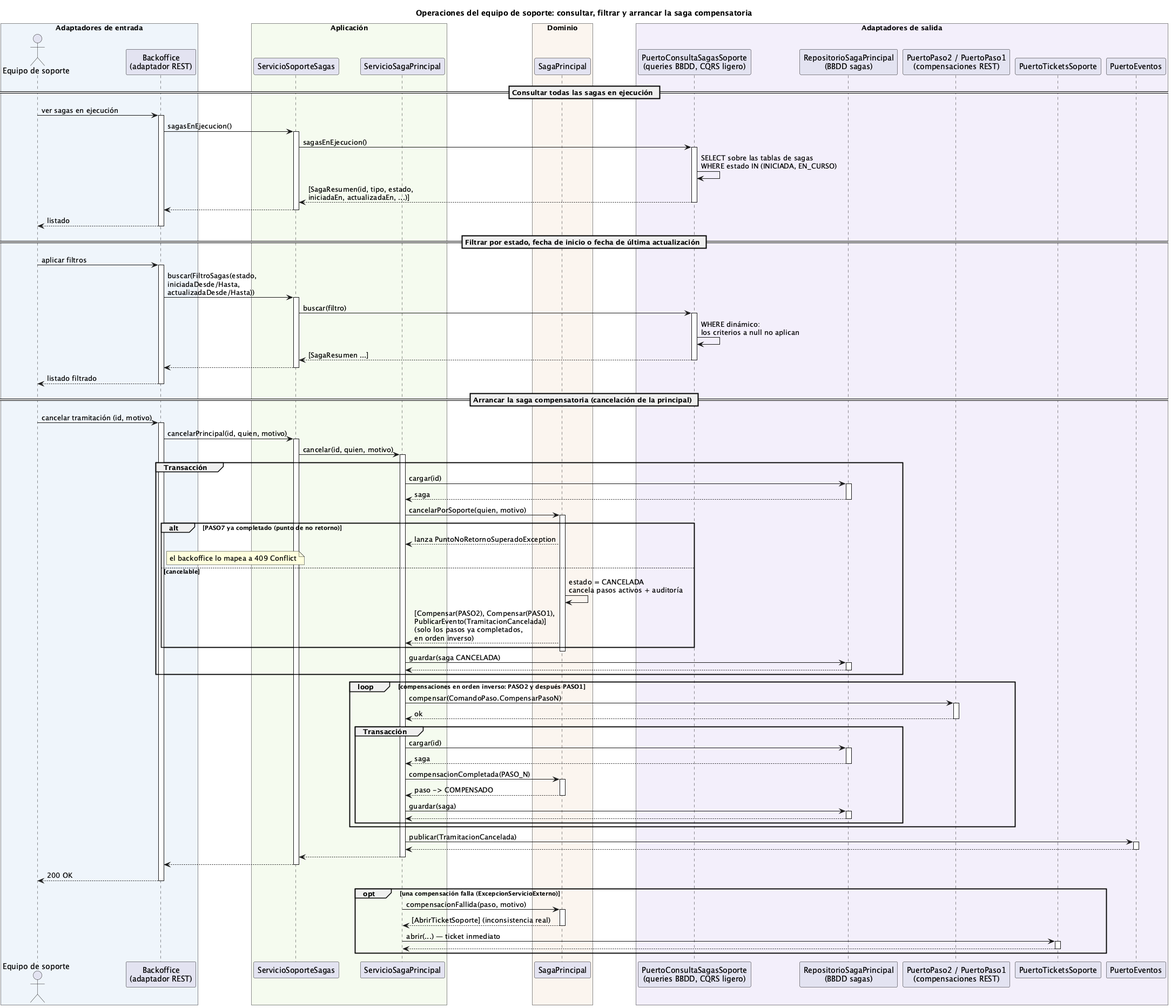
Before: order-manager/docs/08-operaciones-soporte.png, a diagram exported from PlantUML (ralcazar/patrones). Its diagram source:
```plantuml
@startuml 08-operaciones-soporte
title Operaciones del equipo de soporte: consultar, filtrar y arrancar la saga compensatoria

box "Adaptadores de entrada" #EFF5FB
  actor "Equipo de soporte" as OP
  participant "Backoffice\n(adaptador REST)" as REST
end box
box "Aplicación" #F5FBEF
  participant "ServicioSoporteSagas" as SOP
  participant "ServicioSagaPrincipal" as SVC
end box
box "Dominio" #FBF5EF
  participant "SagaPrincipal" as SAGA
end box
box "Adaptadores de salida" #F3EFFB
  participant "PuertoConsultaSagasSoporte\n(queries BBDD, CQRS ligero)" as LECT
  participant "RepositorioSagaPrincipal\n(BBDD sagas)" as REPO
  participant "PuertoPaso2 / PuertoPaso1\n(compensaciones REST)" as PCOMP
  participant "PuertoTicketsSoporte" as TICK
  participant "PuertoEventos" as EVT
end box

== Consultar todas las sagas en ejecución ==
OP -> REST ++ : ver sagas en ejecución
REST -> SOP ++ : sagasEnEjecucion()
SOP -> LECT ++ : sagasEnEjecucion()
LECT -> LECT : SELECT sobre las tablas de sagas\nWHERE estado IN (INICIADA, EN_CURSO)
return [SagaResumen(id, tipo, estado,\niniciadaEn, actualizadaEn, ...)]
return
return listado

== Filtrar por estado, fecha de inicio o fecha de última actualización ==
OP -> REST ++ : aplicar filtros
REST -> SOP ++ : buscar(FiltroSagas(estado,\niniciadaDesde/Hasta,\nactualizadaDesde/Hasta))
SOP -> LECT ++ : buscar(filtro)
LECT -> LECT : WHERE dinámico:\nlos criterios a null no aplican
return [SagaResumen ...]
return
return listado filtrado

== Arrancar la saga compensatoria (cancelación de la principal) ==
OP -> REST ++ : cancelar tramitación (id, motivo)
REST -> SOP ++ : cancelarPrincipal(id, quien, motivo)
SOP -> SVC ++ : cancelar(id, quien, motivo)
group Transacción
  SVC -> REPO ++ : cargar(id)
  return saga
  SVC -> SAGA ++ : cancelarPorSoporte(quien, motivo)
  alt PASO7 ya completado (punto de no retorno)
    SAGA --> SVC : lanza PuntoNoRetornoSuperadoException
    note right of REST : el backoffice lo mapea a 409 Conflict
  else cancelable
    SAGA -> SAGA : estado = CANCELADA\ncancela pasos activos + auditoría
    SAGA --> SVC : [Compensar(PASO2), Compensar(PASO1),\nPublicarEvento(TramitacionCancelada)]\n(solo los pasos ya completados,\nen orden inverso)
  end
  deactivate SAGA
  SVC -> REPO ++ : guardar(saga CANCELADA)
  return
end

loop compensaciones en orden inverso: PASO2 y después PASO1
  SVC -> PCOMP ++ : compensar(ComandoPaso.CompensarPasoN)
  return ok
  group Transacción
    SVC -> REPO ++ : cargar(id)
    return saga
    SVC -> SAGA ++ : compensacionCompletada(PASO_N)
    return paso -> COMPENSADO
    SVC -> REPO ++ : guardar(saga)
    return
  end
end
SVC -> EVT ++ : publicar(TramitacionCancelada)
return
return
return
return 200 OK

opt una compensación falla (ExcepcionServicioExterno)
  SVC -> SAGA ++ : compensacionFallida(paso, motivo)
  return [AbrirTicketSoporte] (inconsistencia real)
  SVC -> TICK ++ : abrir(...) — ticket inmediato
  return
end
@enduml
```
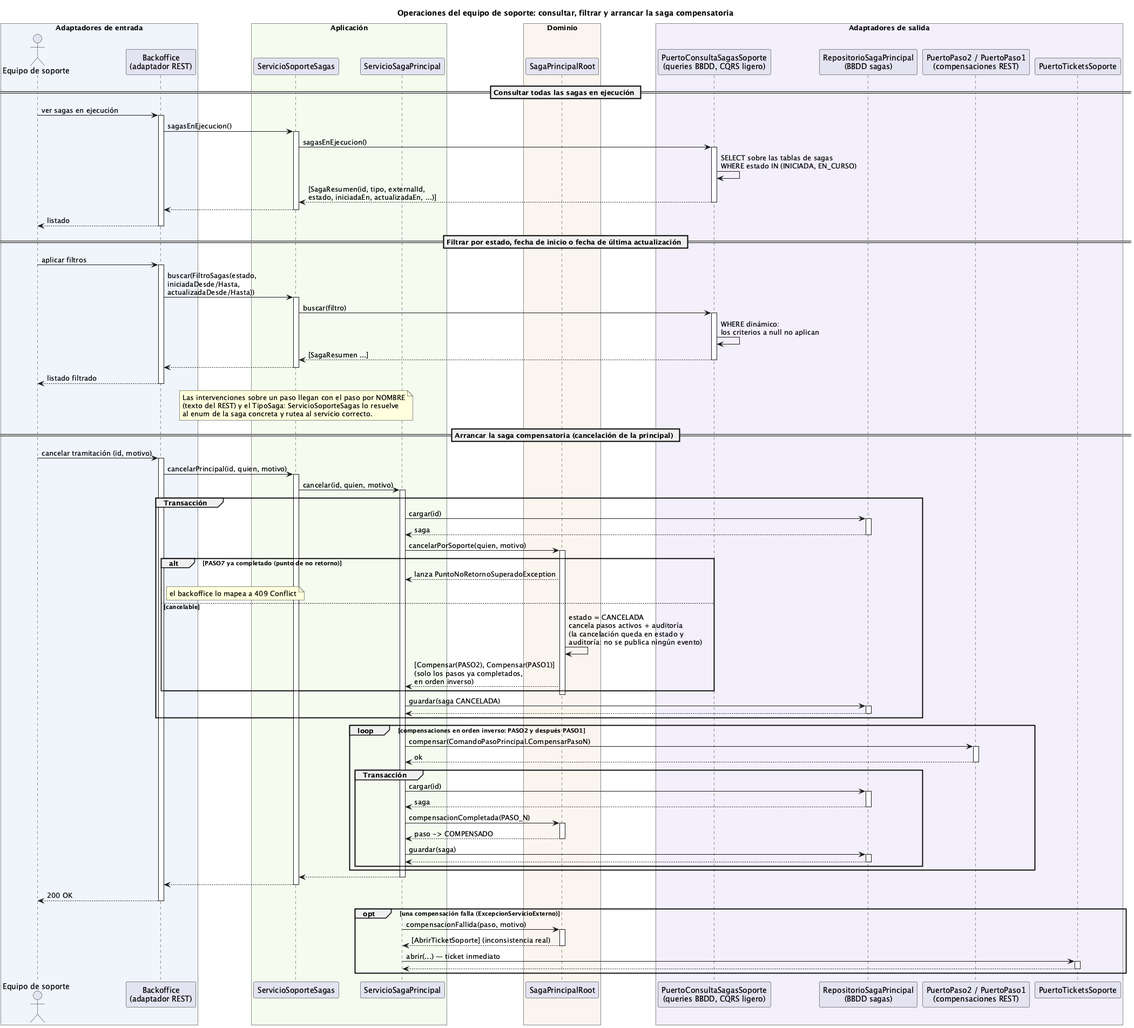
After the change.

The edit, as a diff of the source:
```diff
@@ -10,14 +10,13 @@
   participant "ServicioSagaPrincipal" as SVC
 end box
 box "Dominio" #FBF5EF
-  participant "SagaPrincipal" as SAGA
+  participant "SagaPrincipalRoot" as SAGA
 end box
 box "Adaptadores de salida" #F3EFFB
   participant "PuertoConsultaSagasSoporte\n(queries BBDD, CQRS ligero)" as LECT
   participant "RepositorioSagaPrincipal\n(BBDD sagas)" as REPO
   participant "PuertoPaso2 / PuertoPaso1\n(compensaciones REST)" as PCOMP
   participant "PuertoTicketsSoporte" as TICK
-  participant "PuertoEventos" as EVT
 end box
 
 == Consultar todas las sagas en ejecución ==
@@ -25,7 +24,7 @@
 REST -> SOP ++ : sagasEnEjecucion()
 SOP -> LECT ++ : sagasEnEjecucion()
 LECT -> LECT : SELECT sobre las tablas de sagas\nWHERE estado IN (INICIADA, EN_CURSO)
-return [SagaResumen(id, tipo, estado,\niniciadaEn, actualizadaEn, ...)]
+return [SagaResumen(id, tipo, externalId,\nestado, iniciadaEn, actualizadaEn, ...)]
 return
 return listado
 
@@ -37,6 +36,12 @@
 return [SagaResumen ...]
 return
 return listado filtrado
+
+note over SOP
+  Las intervenciones sobre un paso llegan con el paso por NOMBRE
+  (texto del REST) y el TipoSaga: ServicioSoporteSagas lo resuelve
+  al enum de la saga concreta y rutea al servicio correcto.
+end note
 
 == Arrancar la saga compensatoria (cancelación de la principal) ==
 OP -> REST ++ : cancelar tramitación (id, motivo)
@@ -50,8 +55,8 @@
     SAGA --> SVC : lanza PuntoNoRetornoSuperadoException
     note right of REST : el backoffice lo mapea a 409 Conflict
   else cancelable
-    SAGA -> SAGA : estado = CANCELADA\ncancela pasos activos + auditoría
-    SAGA --> SVC : [Compensar(PASO2), Compensar(PASO1),\nPublicarEvento(TramitacionCancelada)]\n(solo los pasos ya completados,\nen orden inverso)
+    SAGA -> SAGA : estado = CANCELADA\ncancela pasos activos + auditoría\n(la cancelación queda en estado y\nauditoría: no se publica ningún evento)
+    SAGA --> SVC : [Compensar(PASO2), Compensar(PASO1)]\n(solo los pasos ya completados,\nen orden inverso)
   end
   deactivate SAGA
   SVC -> REPO ++ : guardar(saga CANCELADA)
@@ -59,7 +64,7 @@
 end
 
 loop compensaciones en orden inverso: PASO2 y después PASO1
-  SVC -> PCOMP ++ : compensar(ComandoPaso.CompensarPasoN)
+  SVC -> PCOMP ++ : compensar(ComandoPasoPrincipal.CompensarPasoN)
   return ok
   group Transacción
     SVC -> REPO ++ : cargar(id)
@@ -70,8 +75,6 @@
     return
   end
 end
-SVC -> EVT ++ : publicar(TramitacionCancelada)
-return
 return
 return
 return 200 OK
```
